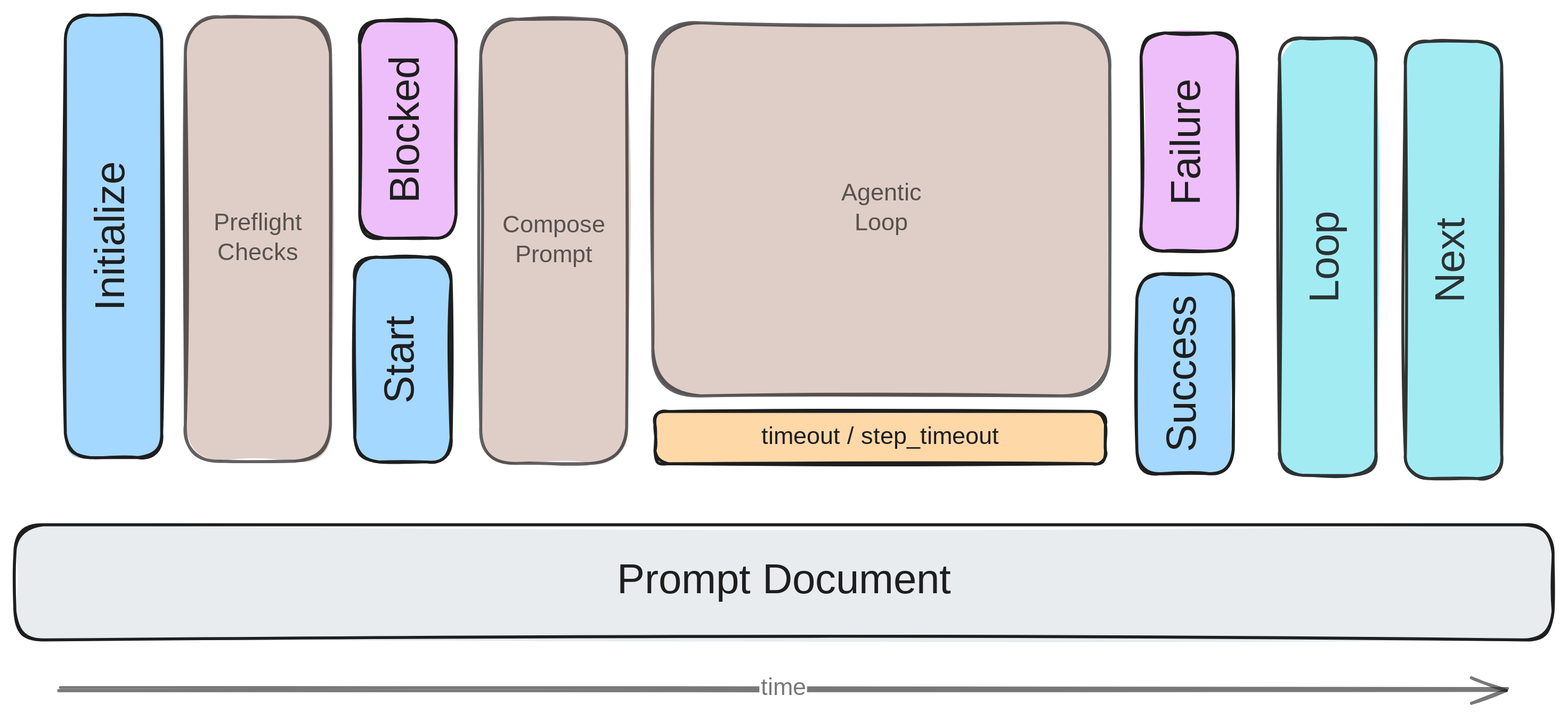
This is claudine/docs/getting-started/lifecycle.excalidraw.svg from yankeeinlondon/rusty-biscuit, a Excalidraw export, as it was before one commit. Source tidied: one line per element, renumbered; positions are measured from the earlier drawing's top-left corner, leaving out a move shared by most shapes. Source of this version:
```json
{"id": 0, "type": "rectangle", "strokeColor": "#1e1e1e", "backgroundColor": "#e9ecef", "fillStyle": "solid", "strokeWidth": 2, "roughness": 1, "round": true, "x": 82, "y": 340, "width": 1031, "height": 77}
{"id": 1, "type": "text", "text": "Prompt Document", "strokeColor": "#1e1e1e", "strokeWidth": 2, "roughness": 1, "fontSize": 28, "fontFamily": 5, "textAlign": "center", "verticalAlign": "middle", "inside": 0, "x": 478, "y": 361, "width": 240, "height": 35}
{"id": 2, "type": "rectangle", "strokeColor": "#1e1e1e", "angle": 4.71, "backgroundColor": "#a5d8ff", "fillStyle": "solid", "strokeWidth": 2, "roughness": 1, "round": true, "x": 0, "y": 115, "width": 297, "height": 65}
{"id": 3, "type": "text", "text": "Initialize", "strokeColor": "#1e1e1e", "angle": 4.71, "backgroundColor": "#e9ecef", "fillStyle": "solid", "strokeWidth": 2, "roughness": 1, "fontSize": 28, "fontFamily": 5, "textAlign": "center", "verticalAlign": "middle", "inside": 2, "x": 89, "y": 129, "width": 119, "height": 35}
{"id": 4, "type": "rectangle", "strokeColor": "#1e1e1e", "angle": 4.71, "backgroundColor": "#a5d8ff", "fillStyle": "solid", "strokeWidth": 2, "roughness": 1, "round": true, "x": 274, "y": 197, "width": 137, "height": 65}
{"id": 5, "type": "text", "text": "Start", "strokeColor": "#1e1e1e", "angle": 4.71, "backgroundColor": "#e9ecef", "fillStyle": "solid", "strokeWidth": 2, "roughness": 1, "fontSize": 28, "fontFamily": 5, "textAlign": "center", "verticalAlign": "middle", "inside": 4, "x": 304, "y": 212, "width": 77, "height": 35}
{"id": 6, "type": "rectangle", "strokeColor": "#1e1e1e", "angle": 4.71, "backgroundColor": "#eebefa", "fillStyle": "solid", "strokeWidth": 2, "roughness": 1, "round": true, "x": 273, "y": 43, "width": 146, "height": 65}
{"id": 7, "type": "text", "text": "Blocked", "strokeColor": "#1e1e1e", "angle": 4.71, "backgroundColor": "#e9ecef", "fillStyle": "solid", "strokeWidth": 2, "roughness": 1, "fontSize": 28, "fontFamily": 5, "textAlign": "center", "verticalAlign": "middle", "inside": 6, "x": 293, "y": 58, "width": 105, "height": 35}
{"id": 8, "type": "rectangle", "strokeColor": "#1e1e1e", "angle": 4.71, "backgroundColor": "#a5d8ff", "fillStyle": "solid", "strokeWidth": 2, "roughness": 1, "round": true, "x": 800, "y": 207, "width": 134, "height": 65}
{"id": 9, "type": "text", "text": "Success", "strokeColor": "#1e1e1e", "angle": 4.71, "backgroundColor": "#e9ecef", "fillStyle": "solid", "strokeWidth": 2, "roughness": 1, "fontSize": 28, "fontFamily": 5, "textAlign": "center", "verticalAlign": "middle", "inside": 8, "x": 813, "y": 222, "width": 106, "height": 35}
{"id": 10, "type": "rectangle", "strokeColor": "#1e1e1e", "angle": 4.71, "backgroundColor": "#eebefa", "fillStyle": "solid", "strokeWidth": 2, "roughness": 1, "round": true, "x": 796, "y": 51, "width": 146, "height": 65}
{"id": 11, "type": "text", "text": "Failure", "strokeColor": "#1e1e1e", "angle": 4.71, "backgroundColor": "#e9ecef", "fillStyle": "solid", "strokeWidth": 2, "roughness": 1, "fontSize": 28, "fontFamily": 5, "textAlign": "center", "verticalAlign": "middle", "inside": 10, "x": 826, "y": 66, "width": 88, "height": 35}
{"id": 12, "type": "arrow", "strokeColor": "#1e1e1e", "backgroundColor": "#eebefa", "fillStyle": "solid", "strokeWidth": 2, "roughness": 1, "opacity": 60, "endArrowhead": "arrow", "round": true, "x": 112, "y": 450, "width": 970, "height": 0, "points": [[0, 0], [970, 0]]}
{"id": 13, "type": "text", "text": "time", "strokeColor": "#1e1e1e", "backgroundColor": "#eebefa", "fillStyle": "solid", "strokeWidth": 2, "roughness": 1, "opacity": 60, "fontSize": 16, "fontFamily": 5, "textAlign": "center", "verticalAlign": "middle", "inside": 12, "x": 225, "y": 360, "width": 32, "height": 20}
{"id": 14, "type": "rectangle", "strokeColor": "#1e1e1e", "angle": 4.71, "backgroundColor": "#99e9f2", "fillStyle": "solid", "strokeWidth": 2, "roughness": 1, "opacity": 90, "round": true, "x": 816, "y": 128, "width": 293, "height": 65}
{"id": 15, "type": "text", "text": "Loop", "strokeColor": "#1e1e1e", "angle": 4.71, "backgroundColor": "#e9ecef", "fillStyle": "solid", "strokeWidth": 2, "roughness": 1, "opacity": 90, "fontSize": 28, "fontFamily": 5, "textAlign": "center", "verticalAlign": "middle", "inside": 14, "x": 930, "y": 143, "width": 64, "height": 35}
{"id": 16, "type": "rectangle", "strokeColor": "#1e1e1e", "angle": 4.71, "backgroundColor": "#99e9f2", "fillStyle": "solid", "strokeWidth": 2, "roughness": 1, "opacity": 90, "round": true, "x": 900, "y": 130, "width": 293, "height": 65}
{"id": 17, "type": "text", "text": "Next", "strokeColor": "#1e1e1e", "angle": 4.71, "backgroundColor": "#e9ecef", "fillStyle": "solid", "strokeWidth": 2, "roughness": 1, "opacity": 90, "fontSize": 28, "fontFamily": 5, "textAlign": "center", "verticalAlign": "middle", "inside": 16, "x": 1014, "y": 145, "width": 64, "height": 35}
{"id": 18, "type": "rectangle", "strokeColor": "#1e1e1e", "backgroundColor": "#d2bab0", "fillStyle": "solid", "strokeWidth": 2, "roughness": 1, "opacity": 70, "round": true, "x": 196, "y": 0, "width": 97, "height": 298}
{"id": 19, "type": "text", "text": "Preflight\nChecks", "strokeColor": "#1e1e1e", "backgroundColor": "#d2bab0", "fillStyle": "solid", "strokeWidth": 2, "roughness": 1, "opacity": 70, "fontSize": 16, "fontFamily": 5, "textAlign": "center", "verticalAlign": "middle", "inside": 18, "x": 211, "y": 129, "width": 68, "height": 40}
{"id": 20, "type": "rectangle", "strokeColor": "#1e1e1e", "backgroundColor": "#d2bab0", "fillStyle": "solid", "strokeWidth": 2, "roughness": 1, "opacity": 70, "round": true, "x": 394, "y": 1, "width": 98, "height": 298}
{"id": 21, "type": "text", "text": "Compose\nPrompt", "strokeColor": "#1e1e1e", "backgroundColor": "#d2bab0", "fillStyle": "solid", "strokeWidth": 2, "roughness": 1, "opacity": 70, "fontSize": 16, "fontFamily": 5, "textAlign": "center", "verticalAlign": "middle", "inside": 20, "x": 411, "y": 130, "width": 66, "height": 40}
{"id": 22, "type": "rectangle", "strokeColor": "#1e1e1e", "backgroundColor": "#d2bab0", "fillStyle": "solid", "strokeWidth": 2, "roughness": 1, "opacity": 70, "round": true, "x": 510, "y": 4, "width": 306, "height": 250}
{"id": 23, "type": "text", "text": "Agentic\nLoop", "strokeColor": "#1e1e1e", "backgroundColor": "#d2bab0", "fillStyle": "solid", "strokeWidth": 2, "roughness": 1, "opacity": 70, "fontSize": 16, "fontFamily": 5, "textAlign": "center", "verticalAlign": "middle", "inside": 22, "x": 634, "y": 109, "width": 58, "height": 40}
{"id": 24, "type": "rectangle", "strokeColor": "#1e1e1e", "backgroundColor": "#ffd8a8", "fillStyle": "solid", "strokeWidth": 2, "roughness": 1, "round": true, "x": 511, "y": 264, "width": 302, "height": 35}
{"id": 25, "type": "text", "text": "timeout / step_timeout", "strokeColor": "#1e1e1e", "backgroundColor": "#ffd8a8", "fillStyle": "solid", "strokeWidth": 2, "roughness": 1, "fontSize": 16, "fontFamily": 5, "textAlign": "center", "verticalAlign": "middle", "inside": 24, "x": 569, "y": 272, "width": 186, "height": 20}
```
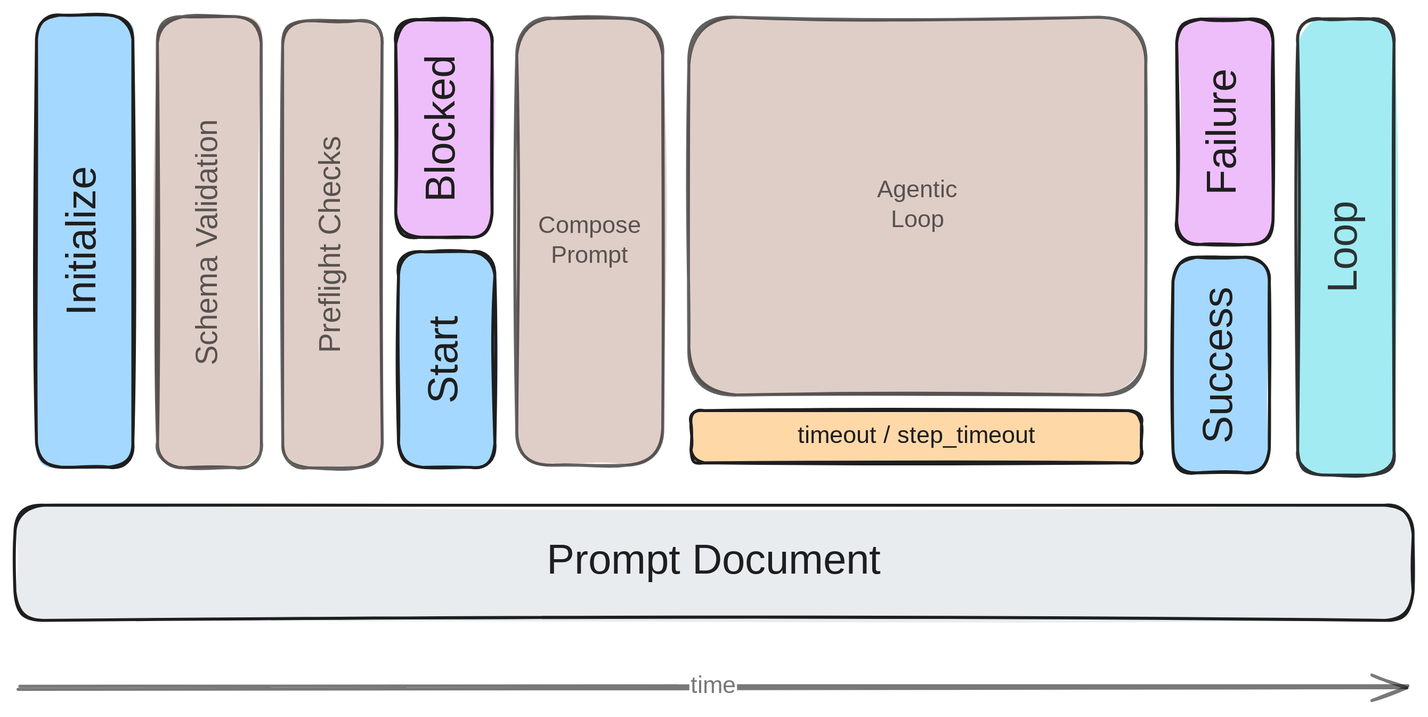
Above is the later version.

Commit message:
docs(claudine): refresh getting-started excalidraw svg exports

Diff of the diagram source:
```diff
@@ -1,26 +1,26 @@
-{"id": 0, "type": "rectangle", "strokeColor": "#1e1e1e", "backgroundColor": "#e9ecef", "fillStyle": "solid", "strokeWidth": 2, "roughness": 1, "round": true, "x": 82, "y": 340, "width": 1031, "height": 77}
+{"id": 0, "type": "rectangle", "strokeColor": "#1e1e1e", "backgroundColor": "#e9ecef", "fillStyle": "solid", "strokeWidth": 2, "roughness": 1, "round": true, "x": -51, "y": 353, "width": 937, "height": 77}
-{"id": 1, "type": "text", "text": "Prompt Document", "strokeColor": "#1e1e1e", "strokeWidth": 2, "roughness": 1, "fontSize": 28, "fontFamily": 5, "textAlign": "center", "verticalAlign": "middle", "inside": 0, "x": 478, "y": 361, "width": 240, "height": 35}
+{"id": 1, "type": "text", "text": "Prompt Document", "strokeColor": "#1e1e1e", "strokeWidth": 2, "roughness": 1, "fontSize": 28, "fontFamily": 5, "textAlign": "center", "verticalAlign": "middle", "inside": 0, "x": 298, "y": 374, "width": 240, "height": 35}
-{"id": 2, "type": "rectangle", "strokeColor": "#1e1e1e", "angle": 4.71, "backgroundColor": "#a5d8ff", "fillStyle": "solid", "strokeWidth": 2, "roughness": 1, "round": true, "x": 0, "y": 115, "width": 297, "height": 65}
+{"id": 2, "type": "rectangle", "strokeColor": "#1e1e1e", "angle": 4.71, "backgroundColor": "#a5d8ff", "fillStyle": "solid", "strokeWidth": 2, "roughness": 1, "round": true, "x": -156, "y": 143, "width": 303, "height": 65}
-{"id": 3, "type": "text", "text": "Initialize", "strokeColor": "#1e1e1e", "angle": 4.71, "backgroundColor": "#e9ecef", "fillStyle": "solid", "strokeWidth": 2, "roughness": 1, "fontSize": 28, "fontFamily": 5, "textAlign": "center", "verticalAlign": "middle", "inside": 2, "x": 89, "y": 129, "width": 119, "height": 35}
+{"id": 3, "type": "text", "text": "Initialize", "strokeColor": "#1e1e1e", "angle": 4.71, "backgroundColor": "#e9ecef", "fillStyle": "solid", "strokeWidth": 2, "roughness": 1, "fontSize": 28, "fontFamily": 5, "textAlign": "center", "verticalAlign": "middle", "inside": 2, "x": -64, "y": 158, "width": 119, "height": 35}
-{"id": 4, "type": "rectangle", "strokeColor": "#1e1e1e", "angle": 4.71, "backgroundColor": "#a5d8ff", "fillStyle": "solid", "strokeWidth": 2, "roughness": 1, "round": true, "x": 274, "y": 197, "width": 137, "height": 65}
+{"id": 4, "type": "rectangle", "strokeColor": "#1e1e1e", "angle": 4.71, "backgroundColor": "#a5d8ff", "fillStyle": "solid", "strokeWidth": 2, "roughness": 1, "round": true, "x": 166, "y": 223, "width": 144, "height": 65}
-{"id": 5, "type": "text", "text": "Start", "strokeColor": "#1e1e1e", "angle": 4.71, "backgroundColor": "#e9ecef", "fillStyle": "solid", "strokeWidth": 2, "roughness": 1, "fontSize": 28, "fontFamily": 5, "textAlign": "center", "verticalAlign": "middle", "inside": 4, "x": 304, "y": 212, "width": 77, "height": 35}
+{"id": 5, "type": "text", "text": "Start", "strokeColor": "#1e1e1e", "angle": 4.71, "backgroundColor": "#e9ecef", "fillStyle": "solid", "strokeWidth": 2, "roughness": 1, "fontSize": 28, "fontFamily": 5, "textAlign": "center", "verticalAlign": "middle", "inside": 4, "x": 200, "y": 238, "width": 77, "height": 35}
-{"id": 6, "type": "rectangle", "strokeColor": "#1e1e1e", "angle": 4.71, "backgroundColor": "#eebefa", "fillStyle": "solid", "strokeWidth": 2, "roughness": 1, "round": true, "x": 273, "y": 43, "width": 146, "height": 65}
+{"id": 6, "type": "rectangle", "strokeColor": "#1e1e1e", "angle": 4.71, "backgroundColor": "#eebefa", "fillStyle": "solid", "strokeWidth": 2, "roughness": 1, "round": true, "x": 164, "y": 68, "width": 146, "height": 65}
-{"id": 7, "type": "text", "text": "Blocked", "strokeColor": "#1e1e1e", "angle": 4.71, "backgroundColor": "#e9ecef", "fillStyle": "solid", "strokeWidth": 2, "roughness": 1, "fontSize": 28, "fontFamily": 5, "textAlign": "center", "verticalAlign": "middle", "inside": 6, "x": 293, "y": 58, "width": 105, "height": 35}
+{"id": 7, "type": "text", "text": "Blocked", "strokeColor": "#1e1e1e", "angle": 4.71, "backgroundColor": "#e9ecef", "fillStyle": "solid", "strokeWidth": 2, "roughness": 1, "fontSize": 28, "fontFamily": 5, "textAlign": "center", "verticalAlign": "middle", "inside": 6, "x": 184, "y": 83, "width": 105, "height": 35}
-{"id": 8, "type": "rectangle", "strokeColor": "#1e1e1e", "angle": 4.71, "backgroundColor": "#a5d8ff", "fillStyle": "solid", "strokeWidth": 2, "roughness": 1, "round": true, "x": 800, "y": 207, "width": 134, "height": 65}
+{"id": 8, "type": "rectangle", "strokeColor": "#1e1e1e", "angle": 4.71, "backgroundColor": "#a5d8ff", "fillStyle": "solid", "strokeWidth": 2, "roughness": 1, "round": true, "x": 685, "y": 226, "width": 145, "height": 65}
-{"id": 9, "type": "text", "text": "Success", "strokeColor": "#1e1e1e", "angle": 4.71, "backgroundColor": "#e9ecef", "fillStyle": "solid", "strokeWidth": 2, "roughness": 1, "fontSize": 28, "fontFamily": 5, "textAlign": "center", "verticalAlign": "middle", "inside": 8, "x": 813, "y": 222, "width": 106, "height": 35}
+{"id": 9, "type": "text", "text": "Success", "strokeColor": "#1e1e1e", "angle": 4.71, "backgroundColor": "#e9ecef", "fillStyle": "solid", "strokeWidth": 2, "roughness": 1, "fontSize": 28, "fontFamily": 5, "textAlign": "center", "verticalAlign": "middle", "inside": 8, "x": 704, "y": 241, "width": 106, "height": 35}
-{"id": 10, "type": "rectangle", "strokeColor": "#1e1e1e", "angle": 4.71, "backgroundColor": "#eebefa", "fillStyle": "solid", "strokeWidth": 2, "roughness": 1, "round": true, "x": 796, "y": 51, "width": 146, "height": 65}
+{"id": 10, "type": "rectangle", "strokeColor": "#1e1e1e", "angle": 4.71, "backgroundColor": "#eebefa", "fillStyle": "solid", "strokeWidth": 2, "roughness": 1, "round": true, "x": 685, "y": 70, "width": 151, "height": 65}
-{"id": 11, "type": "text", "text": "Failure", "strokeColor": "#1e1e1e", "angle": 4.71, "backgroundColor": "#e9ecef", "fillStyle": "solid", "strokeWidth": 2, "roughness": 1, "fontSize": 28, "fontFamily": 5, "textAlign": "center", "verticalAlign": "middle", "inside": 10, "x": 826, "y": 66, "width": 88, "height": 35}
+{"id": 11, "type": "text", "text": "Failure", "strokeColor": "#1e1e1e", "angle": 4.71, "backgroundColor": "#e9ecef", "fillStyle": "solid", "strokeWidth": 2, "roughness": 1, "fontSize": 28, "fontFamily": 5, "textAlign": "center", "verticalAlign": "middle", "inside": 10, "x": 716, "y": 85, "width": 88, "height": 35}
-{"id": 12, "type": "arrow", "strokeColor": "#1e1e1e", "backgroundColor": "#eebefa", "fillStyle": "solid", "strokeWidth": 2, "roughness": 1, "opacity": 60, "endArrowhead": "arrow", "round": true, "x": 112, "y": 450, "width": 970, "height": 0, "points": [[0, 0], [970, 0]]}
+{"id": 12, "type": "arrow", "strokeColor": "#1e1e1e", "backgroundColor": "#eebefa", "fillStyle": "solid", "strokeWidth": 2, "roughness": 1, "opacity": 60, "endArrowhead": "arrow", "round": true, "x": -48, "y": 475, "width": 931, "height": 1, "points": [[0, 0], [931, -1]]}
 {"id": 13, "type": "text", "text": "time", "strokeColor": "#1e1e1e", "backgroundColor": "#eebefa", "fillStyle": "solid", "strokeWidth": 2, "roughness": 1, "opacity": 60, "fontSize": 16, "fontFamily": 5, "textAlign": "center", "verticalAlign": "middle", "inside": 12, "x": 225, "y": 360, "width": 32, "height": 20}
-{"id": 14, "type": "rectangle", "strokeColor": "#1e1e1e", "angle": 4.71, "backgroundColor": "#99e9f2", "fillStyle": "solid", "strokeWidth": 2, "roughness": 1, "opacity": 90, "round": true, "x": 816, "y": 128, "width": 293, "height": 65}
+{"id": 14, "type": "rectangle", "strokeColor": "#1e1e1e", "angle": 4.71, "backgroundColor": "#99e9f2", "fillStyle": "solid", "strokeWidth": 2, "roughness": 1, "opacity": 90, "round": true, "x": 688, "y": 147, "width": 306, "height": 65}
-{"id": 15, "type": "text", "text": "Loop", "strokeColor": "#1e1e1e", "angle": 4.71, "backgroundColor": "#e9ecef", "fillStyle": "solid", "strokeWidth": 2, "roughness": 1, "opacity": 90, "fontSize": 28, "fontFamily": 5, "textAlign": "center", "verticalAlign": "middle", "inside": 14, "x": 930, "y": 143, "width": 64, "height": 35}
+{"id": 15, "type": "text", "text": "Loop", "strokeColor": "#1e1e1e", "angle": 4.71, "backgroundColor": "#e9ecef", "fillStyle": "solid", "strokeWidth": 2, "roughness": 1, "opacity": 90, "fontSize": 28, "fontFamily": 5, "textAlign": "center", "verticalAlign": "middle", "inside": 14, "x": 809, "y": 162, "width": 64, "height": 35}
-{"id": 16, "type": "rectangle", "strokeColor": "#1e1e1e", "angle": 4.71, "backgroundColor": "#99e9f2", "fillStyle": "solid", "strokeWidth": 2, "roughness": 1, "opacity": 90, "round": true, "x": 900, "y": 130, "width": 293, "height": 65}
-{"id": 17, "type": "text", "text": "Next", "strokeColor": "#1e1e1e", "angle": 4.71, "backgroundColor": "#e9ecef", "fillStyle": "solid", "strokeWidth": 2, "roughness": 1, "opacity": 90, "fontSize": 28, "fontFamily": 5, "textAlign": "center", "verticalAlign": "middle", "inside": 16, "x": 1014, "y": 145, "width": 64, "height": 35}
-{"id": 18, "type": "rectangle", "strokeColor": "#1e1e1e", "backgroundColor": "#d2bab0", "fillStyle": "solid", "strokeWidth": 2, "roughness": 1, "opacity": 70, "round": true, "x": 196, "y": 0, "width": 97, "height": 298}
-{"id": 19, "type": "text", "text": "Preflight\nChecks", "strokeColor": "#1e1e1e", "backgroundColor": "#d2bab0", "fillStyle": "solid", "strokeWidth": 2, "roughness": 1, "opacity": 70, "fontSize": 16, "fontFamily": 5, "textAlign": "center", "verticalAlign": "middle", "inside": 18, "x": 211, "y": 129, "width": 68, "height": 40}
+{"id": 26, "type": "rectangle", "strokeColor": "#1e1e1e", "angle": 4.71, "backgroundColor": "#d2bab0", "fillStyle": "solid", "strokeWidth": 2, "roughness": 1, "opacity": 70, "round": true, "x": 12, "y": 144, "width": 300, "height": 67}
+{"id": 27, "type": "text", "text": "Preflight Checks", "strokeColor": "#1e1e1e", "angle": 4.71, "backgroundColor": "#d2bab0", "fillStyle": "solid", "strokeWidth": 2, "roughness": 1, "opacity": 70, "fontSize": 20, "fontFamily": 5, "textAlign": "center", "verticalAlign": "middle", "inside": 26, "x": 82, "y": 165, "width": 160, "height": 25}
-{"id": 20, "type": "rectangle", "strokeColor": "#1e1e1e", "backgroundColor": "#d2bab0", "fillStyle": "solid", "strokeWidth": 2, "roughness": 1, "opacity": 70, "round": true, "x": 394, "y": 1, "width": 98, "height": 298}
+{"id": 20, "type": "rectangle", "strokeColor": "#1e1e1e", "backgroundColor": "#d2bab0", "fillStyle": "solid", "strokeWidth": 2, "roughness": 1, "opacity": 70, "round": true, "x": 285, "y": 26, "width": 98, "height": 299}
-{"id": 21, "type": "text", "text": "Compose\nPrompt", "strokeColor": "#1e1e1e", "backgroundColor": "#d2bab0", "fillStyle": "solid", "strokeWidth": 2, "roughness": 1, "opacity": 70, "fontSize": 16, "fontFamily": 5, "textAlign": "center", "verticalAlign": "middle", "inside": 20, "x": 411, "y": 130, "width": 66, "height": 40}
+{"id": 21, "type": "text", "text": "Compose\nPrompt", "strokeColor": "#1e1e1e", "backgroundColor": "#d2bab0", "fillStyle": "solid", "strokeWidth": 2, "roughness": 1, "opacity": 70, "fontSize": 16, "fontFamily": 5, "textAlign": "center", "verticalAlign": "middle", "inside": 20, "x": 301, "y": 156, "width": 66, "height": 40}
-{"id": 22, "type": "rectangle", "strokeColor": "#1e1e1e", "backgroundColor": "#d2bab0", "fillStyle": "solid", "strokeWidth": 2, "roughness": 1, "opacity": 70, "round": true, "x": 510, "y": 4, "width": 306, "height": 250}
+{"id": 22, "type": "rectangle", "strokeColor": "#1e1e1e", "backgroundColor": "#d2bab0", "fillStyle": "solid", "strokeWidth": 2, "roughness": 1, "opacity": 70, "round": true, "x": 401, "y": 26, "width": 306, "height": 253}
-{"id": 23, "type": "text", "text": "Agentic\nLoop", "strokeColor": "#1e1e1e", "backgroundColor": "#d2bab0", "fillStyle": "solid", "strokeWidth": 2, "roughness": 1, "opacity": 70, "fontSize": 16, "fontFamily": 5, "textAlign": "center", "verticalAlign": "middle", "inside": 22, "x": 634, "y": 109, "width": 58, "height": 40}
+{"id": 23, "type": "text", "text": "Agentic\nLoop", "strokeColor": "#1e1e1e", "backgroundColor": "#d2bab0", "fillStyle": "solid", "strokeWidth": 2, "roughness": 1, "opacity": 70, "fontSize": 16, "fontFamily": 5, "textAlign": "center", "verticalAlign": "middle", "inside": 22, "x": 525, "y": 132, "width": 58, "height": 40}
-{"id": 24, "type": "rectangle", "strokeColor": "#1e1e1e", "backgroundColor": "#ffd8a8", "fillStyle": "solid", "strokeWidth": 2, "roughness": 1, "round": true, "x": 511, "y": 264, "width": 302, "height": 35}
+{"id": 24, "type": "rectangle", "strokeColor": "#1e1e1e", "backgroundColor": "#ffd8a8", "fillStyle": "solid", "strokeWidth": 2, "roughness": 1, "round": true, "x": 402, "y": 289, "width": 302, "height": 35}
-{"id": 25, "type": "text", "text": "timeout / step_timeout", "strokeColor": "#1e1e1e", "backgroundColor": "#ffd8a8", "fillStyle": "solid", "strokeWidth": 2, "roughness": 1, "fontSize": 16, "fontFamily": 5, "textAlign": "center", "verticalAlign": "middle", "inside": 24, "x": 569, "y": 272, "width": 186, "height": 20}
+{"id": 25, "type": "text", "text": "timeout / step_timeout", "strokeColor": "#1e1e1e", "backgroundColor": "#ffd8a8", "fillStyle": "solid", "strokeWidth": 2, "roughness": 1, "fontSize": 16, "fontFamily": 5, "textAlign": "center", "verticalAlign": "middle", "inside": 24, "x": 460, "y": 297, "width": 186, "height": 20}
+{"id": 18, "type": "rectangle", "strokeColor": "#1e1e1e", "angle": 4.71, "backgroundColor": "#d2bab0", "fillStyle": "solid", "strokeWidth": 2, "roughness": 1, "opacity": 70, "round": true, "x": -72, "y": 142, "width": 302, "height": 70}
+{"id": 19, "type": "text", "text": "Schema Validation", "strokeColor": "#1e1e1e", "angle": 4.71, "backgroundColor": "#d2bab0", "fillStyle": "solid", "strokeWidth": 2, "roughness": 1, "opacity": 70, "fontSize": 20, "fontFamily": 5, "textAlign": "center", "verticalAlign": "middle", "inside": 18, "x": -6, "y": 164, "width": 171, "height": 25}
```
